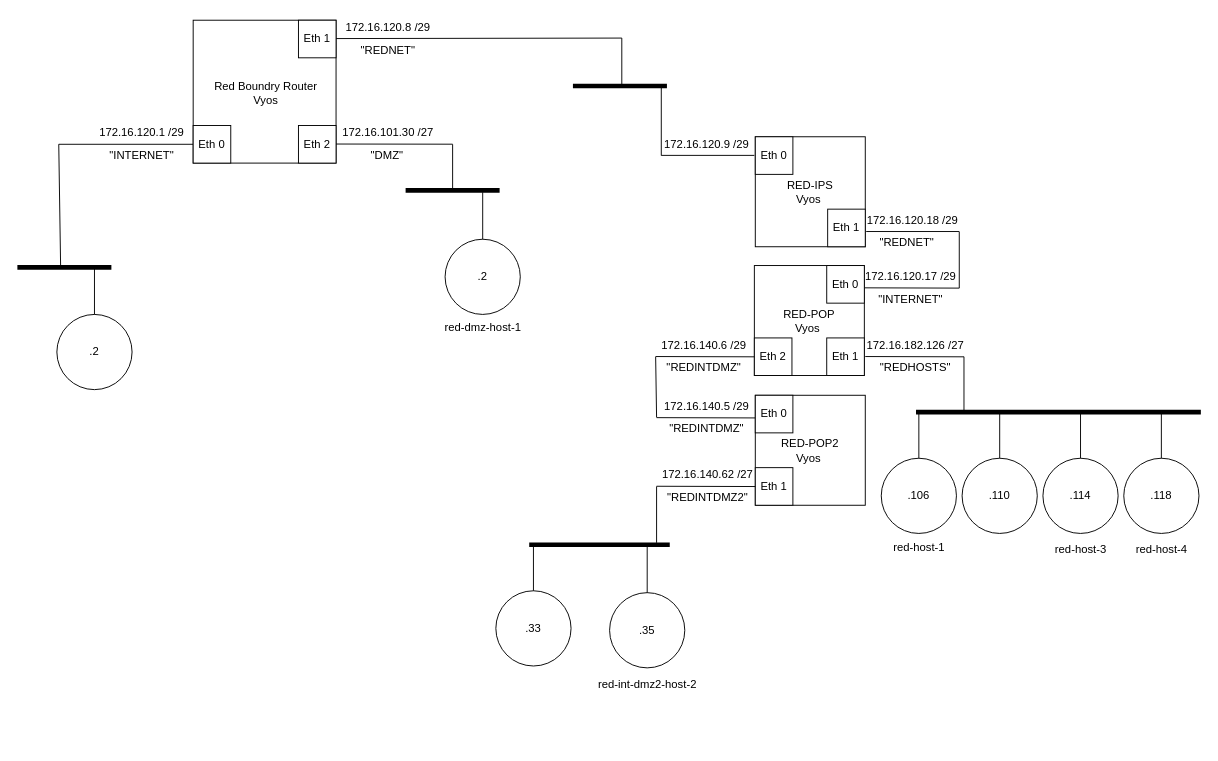
Before: Untitled Diagram.drawio in Collusion22/network-map, a draw.io diagram. Source tidied: cells renumbered, new cells numbered last; positions are measured from the earlier drawing's top-left corner, leaving out a move shared by most shapes. Both pictures are drawn from the tidied source at 94%, with x=0, y=0 at pixel (17, 16).
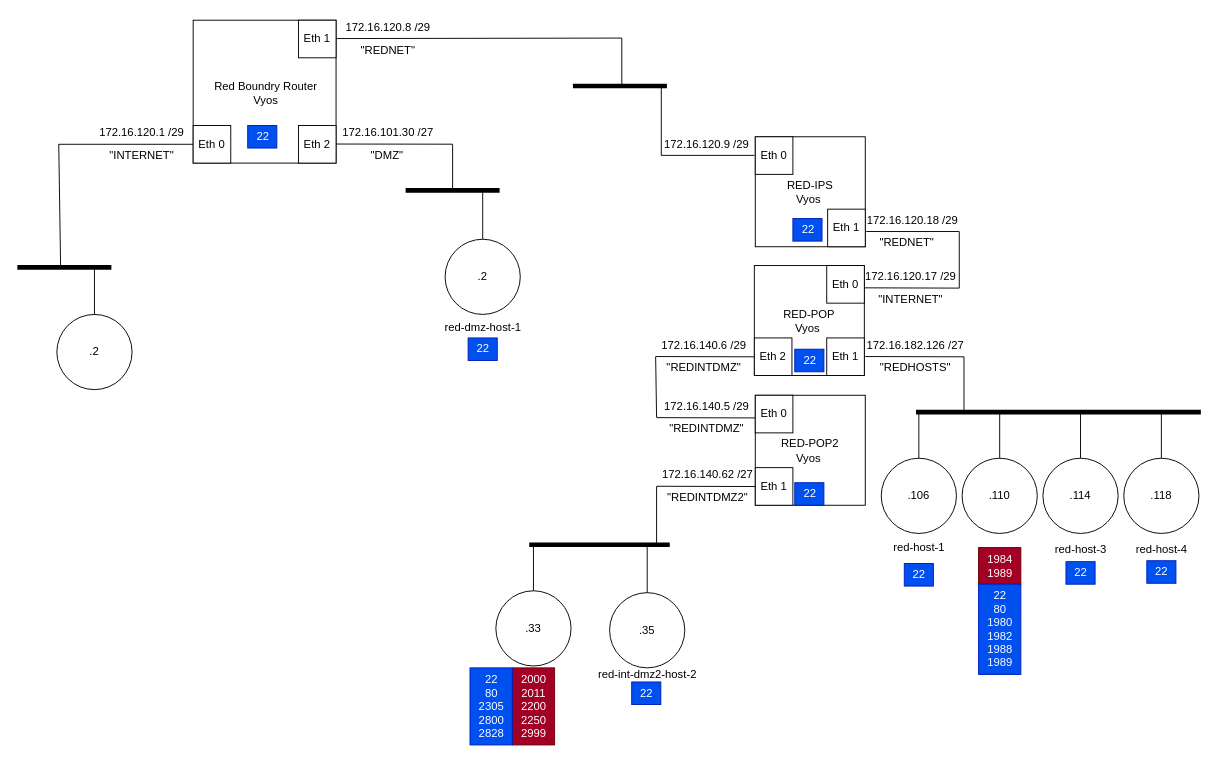
Above is the later version.

Change to the diagram source:
```diff
@@
     <mxCell id="78" value="red-int-dmz2-host-2" style="text;html=1;align=center;verticalAlign=middle;strokeColor=none;fillColor=none;spacingBottom=0;" parent="1" vertex="1">
-      <mxGeometry x="608.5" y="699" width="123" height="24" as="geometry" />
+      <mxGeometry x="608.5" y="688" width="123" height="24" as="geometry" />
     </mxCell>
@@
+    <mxCell id="81" value="2000&lt;div&gt;2011&lt;/div&gt;&lt;div&gt;2200&lt;/div&gt;&lt;div&gt;2250&lt;/div&gt;&lt;div&gt;2999&lt;/div&gt;" style="text;html=1;align=center;verticalAlign=middle;strokeColor=#6F0000;fillColor=#a20025;spacingBottom=0;fontColor=#ffffff;" parent="1" vertex="1">
+      <mxGeometry x="526.5" y="693" width="45" height="82" as="geometry" />
+    </mxCell>
+    <mxCell id="82" value="22&lt;div&gt;80&lt;/div&gt;&lt;div&gt;2305&lt;div&gt;2800&lt;/div&gt;&lt;div&gt;2828&lt;/div&gt;&lt;/div&gt;" style="text;html=1;align=center;verticalAlign=middle;strokeColor=#001DBC;fillColor=#0050ef;spacingBottom=0;fontColor=#ffffff;" parent="1" vertex="1">
+      <mxGeometry x="481.5" y="693" width="45" height="82" as="geometry" />
+    </mxCell>
+    <mxCell id="83" value="1984&lt;div&gt;1989&lt;/div&gt;" style="text;html=1;align=center;verticalAlign=middle;strokeColor=#6F0000;fillColor=#a20025;spacingBottom=0;fontColor=#ffffff;" parent="1" vertex="1">
+      <mxGeometry x="1022.5" y="565" width="45" height="39" as="geometry" />
+    </mxCell>
+    <mxCell id="84" value="22&lt;div&gt;80&lt;/div&gt;&lt;div&gt;1980&lt;/div&gt;&lt;div&gt;1982&lt;/div&gt;&lt;div&gt;1988&lt;/div&gt;&lt;div&gt;1989&lt;/div&gt;" style="text;html=1;align=center;verticalAlign=middle;strokeColor=#001DBC;fillColor=#0050ef;spacingBottom=0;fontColor=#ffffff;" parent="1" vertex="1">
+      <mxGeometry x="1022.5" y="604" width="45" height="96" as="geometry" />
+    </mxCell>
+    <mxCell id="85" value="22" style="text;html=1;align=center;verticalAlign=middle;strokeColor=#001DBC;fillColor=#0050ef;spacingBottom=0;fontColor=#ffffff;" parent="1" vertex="1">
+      <mxGeometry x="1115.5" y="580" width="31" height="24" as="geometry" />
+    </mxCell>
+    <mxCell id="86" value="22" style="text;html=1;align=center;verticalAlign=middle;strokeColor=#001DBC;fillColor=#0050ef;spacingBottom=0;fontColor=#ffffff;" parent="1" vertex="1">
+      <mxGeometry x="1201.5" y="579" width="31" height="24" as="geometry" />
+    </mxCell>
+    <mxCell id="87" value="22" style="text;html=1;align=center;verticalAlign=middle;strokeColor=#001DBC;fillColor=#0050ef;spacingBottom=0;fontColor=#ffffff;" parent="1" vertex="1">
+      <mxGeometry x="943.5" y="582" width="31" height="24" as="geometry" />
+    </mxCell>
+    <mxCell id="88" value="22" style="text;html=1;align=center;verticalAlign=middle;strokeColor=#001DBC;fillColor=#0050ef;spacingBottom=0;fontColor=#ffffff;" parent="1" vertex="1">
+      <mxGeometry x="653.5" y="708" width="31" height="24" as="geometry" />
+    </mxCell>
+    <mxCell id="89" value="22" style="text;html=1;align=center;verticalAlign=middle;strokeColor=#001DBC;fillColor=#0050ef;spacingBottom=0;fontColor=#ffffff;" parent="1" vertex="1">
+      <mxGeometry x="827" y="496" width="31" height="24" as="geometry" />
+    </mxCell>
+    <mxCell id="90" value="22" style="text;html=1;align=center;verticalAlign=middle;strokeColor=#001DBC;fillColor=#0050ef;spacingBottom=0;fontColor=#ffffff;" parent="1" vertex="1">
+      <mxGeometry x="827" y="354" width="31" height="24" as="geometry" />
+    </mxCell>
+    <mxCell id="91" value="22" style="text;html=1;align=center;verticalAlign=middle;strokeColor=#001DBC;fillColor=#0050ef;spacingBottom=0;fontColor=#ffffff;" parent="1" vertex="1">
+      <mxGeometry x="825" y="215" width="31" height="24" as="geometry" />
+    </mxCell>
+    <mxCell id="92" value="22" style="text;html=1;align=center;verticalAlign=middle;strokeColor=#001DBC;fillColor=#0050ef;spacingBottom=0;fontColor=#ffffff;" parent="1" vertex="1">
+      <mxGeometry x="479.5" y="342" width="31" height="24" as="geometry" />
+    </mxCell>
+    <mxCell id="93" value="22" style="text;html=1;align=center;verticalAlign=middle;strokeColor=#001DBC;fillColor=#0050ef;spacingBottom=0;fontColor=#ffffff;" parent="1" vertex="1">
+      <mxGeometry x="245" y="116" width="31" height="24" as="geometry" />
+    </mxCell>
```
